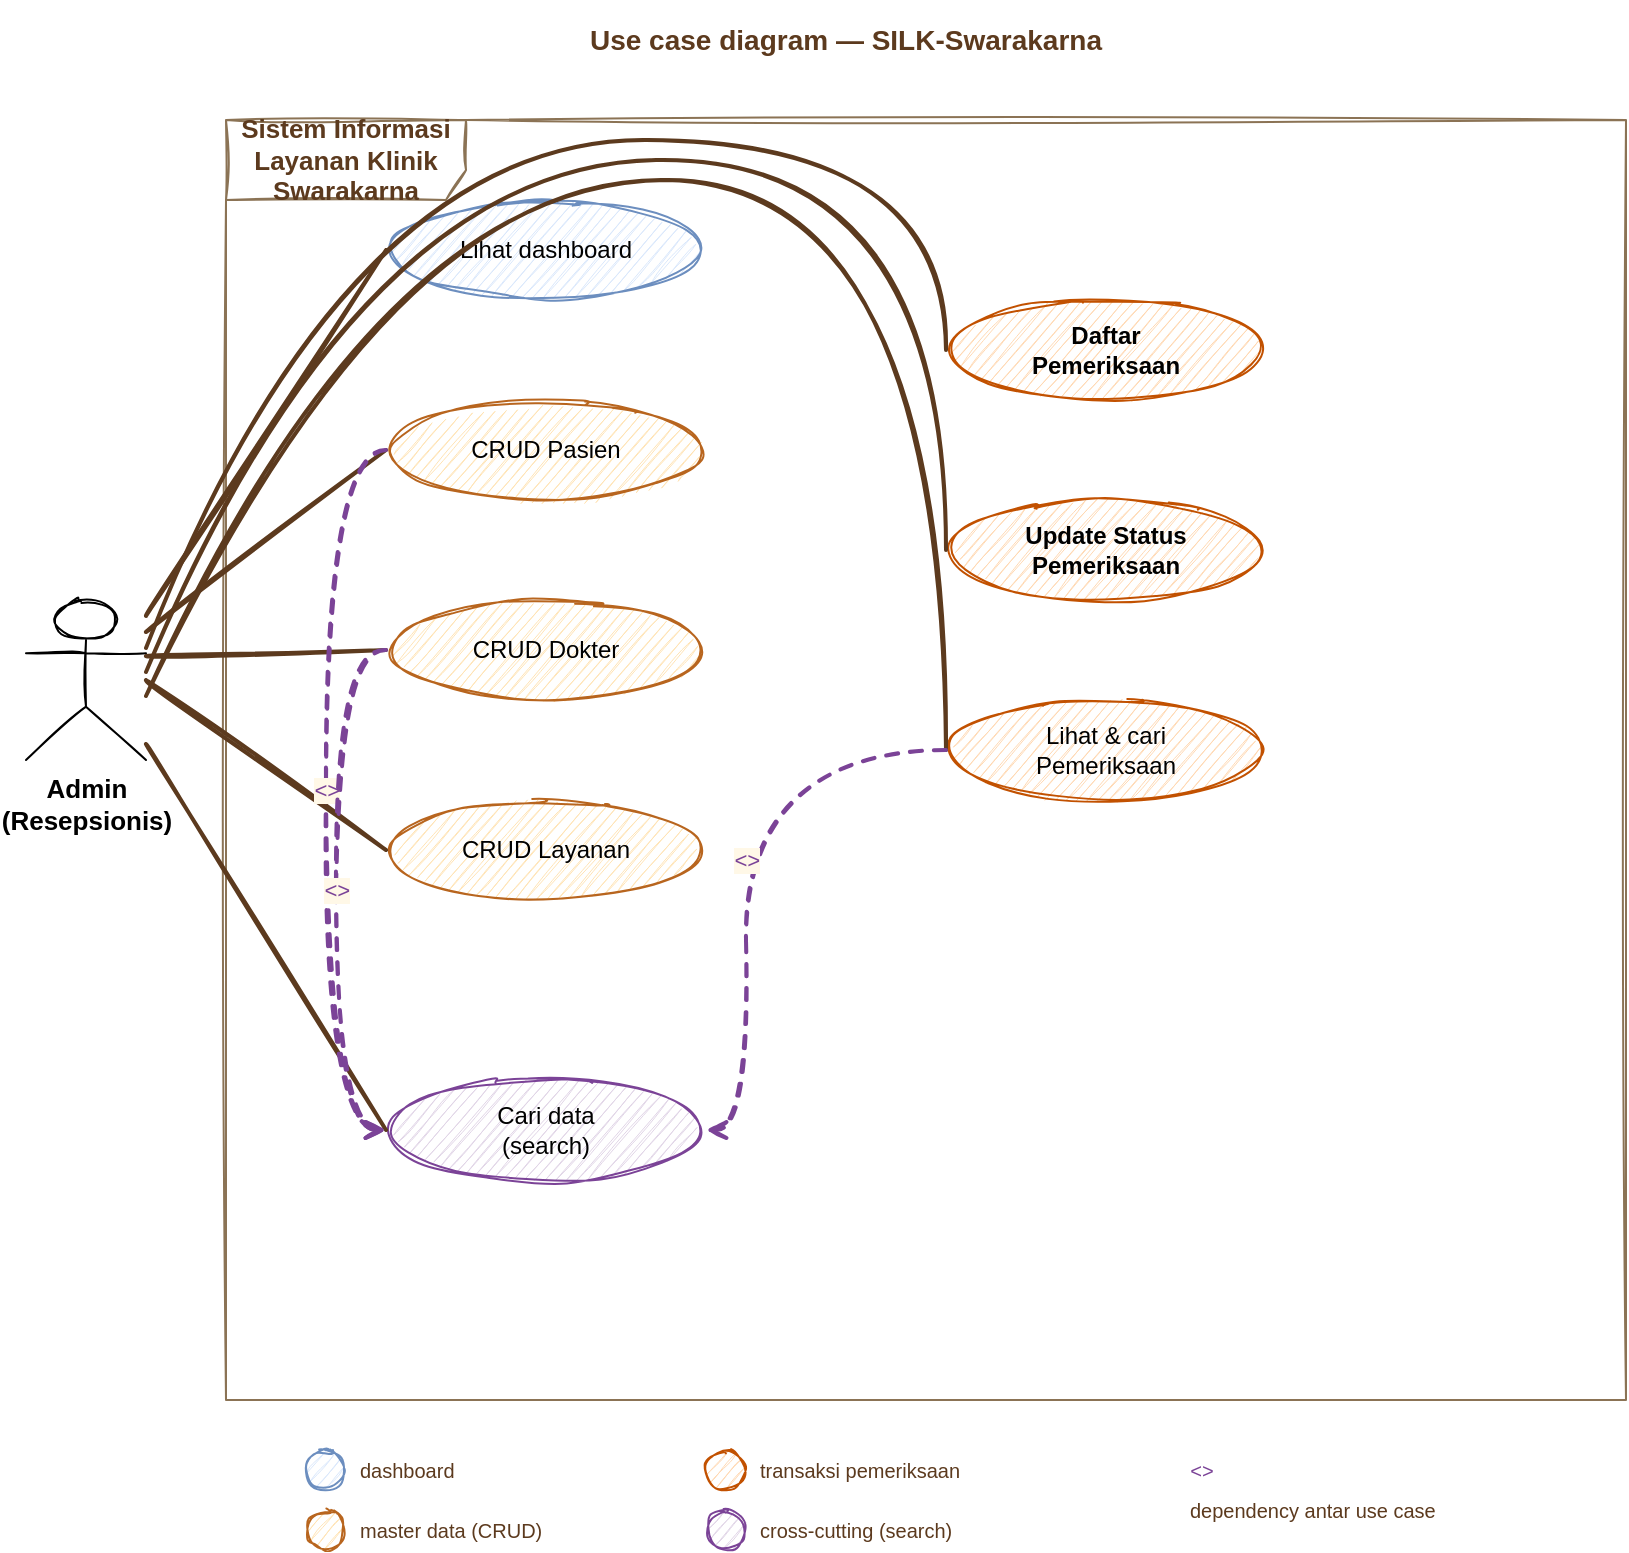
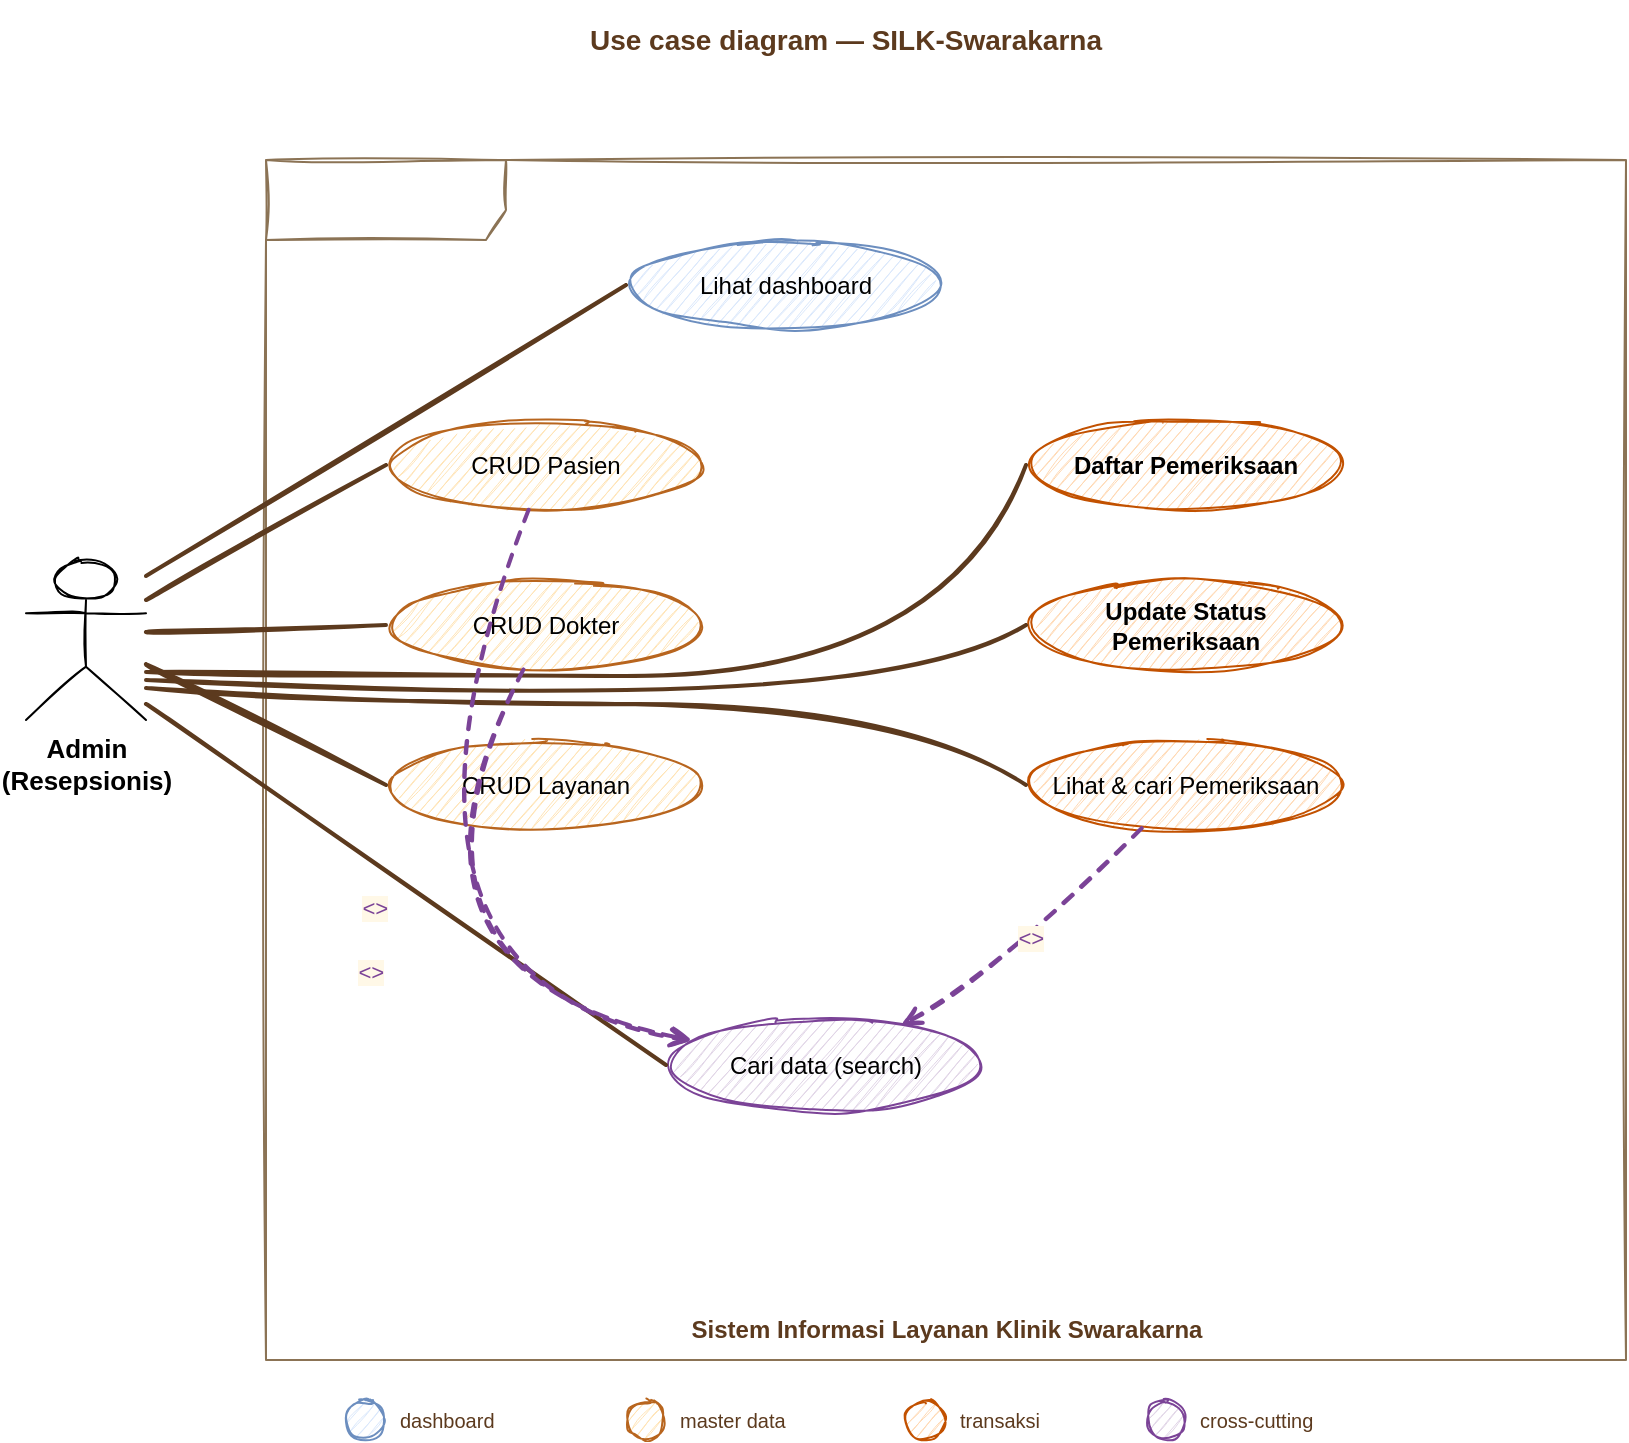
<?xml version="1.0" encoding="UTF-8"?>
<mxfile host="drawio" version="26.0.0">
  <diagram name="UML Use Case" id="uml-usecase-silk-swarakarna">
    <mxGraphModel dx="900" dy="800" grid="1" gridSize="10" guides="1" tooltips="1" connect="1" arrows="1" fold="1" page="1" pageScale="1" pageWidth="900" pageHeight="800" math="0" shadow="0">
      <root>
        <mxCell id="0" />
        <mxCell id="1" parent="0" />

        <mxCell id="title" value="Use case diagram — SILK-Swarakarna" style="text;html=1;align=center;verticalAlign=middle;whiteSpace=wrap;rounded=0;fontSize=14;fontStyle=1;fontColor=#5c3a1e;sketch=1;fontFamily=Helvetica;" vertex="1" parent="1">
          <mxGeometry x="60" y="20" width="780" height="40" as="geometry" />
        </mxCell>

-         <mxCell id="boundary" value="Sistem Informasi Layanan Klinik Swarakarna" style="shape=umlFrame;whiteSpace=wrap;html=1;fillColor=none;strokeColor=#8b7355;sketch=1;fontSize=13;fontStyle=1;fontColor=#5c3a1e;fontFamily=Helvetica;width=120;height=40;" vertex="1" parent="1">
-           <mxGeometry x="140" y="80" width="700" height="640" as="geometry" />
+         <mxCell id="boundary" value="" style="shape=umlFrame;whiteSpace=wrap;html=1;fillColor=none;strokeColor=#8b7355;sketch=1;width=120;height=40;" vertex="1" parent="1">
+           <mxGeometry x="160" y="100" width="680" height="600" as="geometry" />
+         </mxCell>
+         <mxCell id="boundary-label" value="Sistem Informasi Layanan Klinik Swarakarna" style="text;html=1;align=center;verticalAlign=middle;fontSize=12;fontStyle=1;fontColor=#5c3a1e;sketch=0;fontFamily=Helvetica;" vertex="1" parent="boundary">
+           <mxGeometry x="120" y="575" width="440" height="20" as="geometry" />
        </mxCell>

        <mxCell id="admin" value="Admin&#xa;(Resepsionis)" style="shape=umlActor;verticalLabelPosition=bottom;labelBackgroundColor=#ffffff;verticalAlign=top;html=1;outlineConnect=0;sketch=1;fontFamily=Helvetica;fontSize=13;fontStyle=1;" vertex="1" parent="1">
-           <mxGeometry x="40" y="320" width="60" height="80" as="geometry" />
+           <mxGeometry x="40" y="300" width="60" height="80" as="geometry" />
        </mxCell>

        <mxCell id="uc1" value="Lihat dashboard" style="ellipse;whiteSpace=wrap;html=1;fillColor=#dae8fc;strokeColor=#6c8ebf;sketch=1;fontFamily=Helvetica;fontSize=12;" vertex="1" parent="1">
-           <mxGeometry x="220" y="120" width="160" height="50" as="geometry" />
+           <mxGeometry x="340" y="140" width="160" height="45" as="geometry" />
        </mxCell>

        <mxCell id="uc2" value="CRUD Pasien" style="ellipse;whiteSpace=wrap;html=1;fillColor=#ffe4b5;strokeColor=#b8651e;sketch=1;fontFamily=Helvetica;fontSize=12;" vertex="1" parent="1">
-           <mxGeometry x="220" y="220" width="160" height="50" as="geometry" />
+           <mxGeometry x="220" y="230" width="160" height="45" as="geometry" />
        </mxCell>

        <mxCell id="uc3" value="CRUD Dokter" style="ellipse;whiteSpace=wrap;html=1;fillColor=#ffe4b5;strokeColor=#b8651e;sketch=1;fontFamily=Helvetica;fontSize=12;" vertex="1" parent="1">
-           <mxGeometry x="220" y="320" width="160" height="50" as="geometry" />
+           <mxGeometry x="220" y="310" width="160" height="45" as="geometry" />
        </mxCell>

        <mxCell id="uc4" value="CRUD Layanan" style="ellipse;whiteSpace=wrap;html=1;fillColor=#ffe4b5;strokeColor=#b8651e;sketch=1;fontFamily=Helvetica;fontSize=12;" vertex="1" parent="1">
-           <mxGeometry x="220" y="420" width="160" height="50" as="geometry" />
+           <mxGeometry x="220" y="390" width="160" height="45" as="geometry" />
        </mxCell>

-         <mxCell id="uc5" value="Daftar&#xa;Pemeriksaan" style="ellipse;whiteSpace=wrap;html=1;fillColor=#ffd9b3;strokeColor=#c25100;sketch=1;fontFamily=Helvetica;fontSize=12;fontStyle=1;" vertex="1" parent="1">
-           <mxGeometry x="500" y="170" width="160" height="50" as="geometry" />
+         <mxCell id="uc5" value="Daftar Pemeriksaan" style="ellipse;whiteSpace=wrap;html=1;fillColor=#ffd9b3;strokeColor=#c25100;sketch=1;fontFamily=Helvetica;fontSize=12;fontStyle=1;" vertex="1" parent="1">
+           <mxGeometry x="540" y="230" width="160" height="45" as="geometry" />
        </mxCell>

-         <mxCell id="uc6" value="Update Status&#xa;Pemeriksaan" style="ellipse;whiteSpace=wrap;html=1;fillColor=#ffd9b3;strokeColor=#c25100;sketch=1;fontFamily=Helvetica;fontSize=12;fontStyle=1;" vertex="1" parent="1">
-           <mxGeometry x="500" y="270" width="160" height="50" as="geometry" />
+         <mxCell id="uc6" value="Update Status Pemeriksaan" style="ellipse;whiteSpace=wrap;html=1;fillColor=#ffd9b3;strokeColor=#c25100;sketch=1;fontFamily=Helvetica;fontSize=12;fontStyle=1;" vertex="1" parent="1">
+           <mxGeometry x="540" y="310" width="160" height="45" as="geometry" />
        </mxCell>

-         <mxCell id="uc7" value="Lihat &amp; cari&#xa;Pemeriksaan" style="ellipse;whiteSpace=wrap;html=1;fillColor=#ffd9b3;strokeColor=#c25100;sketch=1;fontFamily=Helvetica;fontSize=12;" vertex="1" parent="1">
-           <mxGeometry x="500" y="370" width="160" height="50" as="geometry" />
+         <mxCell id="uc7" value="Lihat &amp; cari Pemeriksaan" style="ellipse;whiteSpace=wrap;html=1;fillColor=#ffd9b3;strokeColor=#c25100;sketch=1;fontFamily=Helvetica;fontSize:12;" vertex="1" parent="1">
+           <mxGeometry x="540" y="390" width="160" height="45" as="geometry" />
        </mxCell>

-         <mxCell id="uc8" value="Cari data&#xa;(search)" style="ellipse;whiteSpace=wrap;html=1;fillColor=#e1d5e7;strokeColor=#7b4397;sketch=1;fontFamily=Helvetica;fontSize=12;" vertex="1" parent="1">
-           <mxGeometry x="220" y="560" width="160" height="50" as="geometry" />
+         <mxCell id="uc8" value="Cari data (search)" style="ellipse;whiteSpace=wrap;html=1;fillColor=#e1d5e7;strokeColor=#7b4397;sketch=1;fontFamily=Helvetica;fontSize=12;" vertex="1" parent="1">
+           <mxGeometry x="360" y="530" width="160" height="45" as="geometry" />
        </mxCell>

        <mxCell id="a1" value="" style="endArrow=none;html=1;sketch=1;curved=1;strokeColor=#5c3a1e;strokeWidth=2;exitX=1;exitY=0.1;entryX=0;entryY=0.5;" edge="1" parent="1" source="admin" target="uc1">
          <mxGeometry relative="1" as="geometry" />
        </mxCell>
-         <mxCell id="a2" value="" style="endArrow=none;html=1;sketch=1;curved=1;strokeColor=#5c3a1e;strokeWidth=2;exitX=1;exitY=0.2;entryX=0;entryY=0.5;" edge="1" parent="1" source="admin" target="uc2">
+         <mxCell id="a2" value="" style="endArrow=none;html=1;sketch=1;curved=1;strokeColor=#5c3a1e;strokeWidth=2;exitX=1;exitY=0.25;entryX=0;entryY=0.5;" edge="1" parent="1" source="admin" target="uc2">
          <mxGeometry relative="1" as="geometry" />
        </mxCell>
-         <mxCell id="a3" value="" style="endArrow=none;html=1;sketch=1;curved=1;strokeColor=#5c3a1e;strokeWidth=2;exitX=1;exitY=0.35;entryX=0;entryY=0.5;" edge="1" parent="1" source="admin" target="uc3">
+         <mxCell id="a3" value="" style="endArrow=none;html=1;sketch=1;curved=1;strokeColor=#5c3a1e;strokeWidth=2;exitX=1;exitY=0.45;entryX=0;entryY=0.5;" edge="1" parent="1" source="admin" target="uc3">
          <mxGeometry relative="1" as="geometry" />
        </mxCell>
-         <mxCell id="a4" value="" style="endArrow=none;html=1;sketch=1;curved=1;strokeColor=#5c3a1e;strokeWidth=2;exitX=1;exitY=0.5;entryX=0;entryY=0.5;" edge="1" parent="1" source="admin" target="uc4">
+         <mxCell id="a4" value="" style="endArrow=none;html=1;sketch=1;curved=1;strokeColor=#5c3a1e;strokeWidth=2;exitX=1;exitY=0.65;entryX=0;entryY=0.5;" edge="1" parent="1" source="admin" target="uc4">
          <mxGeometry relative="1" as="geometry" />
        </mxCell>
-         <mxCell id="a5" value="" style="endArrow=none;html=1;sketch=1;curved=1;strokeColor=#5c3a1e;strokeWidth=2;exitX=1;exitY=0.3;entryX=0;entryY=0.5;" edge="1" parent="1" source="admin" target="uc5">
+         <mxCell id="a5" value="" style="endArrow=none;html=1;sketch=1;curved=1;strokeColor=#5c3a1e;strokeWidth=2;exitX=1;exitY=0.7;entryX=0;entryY=0.5;" edge="1" parent="1" source="admin" target="uc5">
          <mxGeometry relative="1" as="geometry">
            <Array as="points">
-               <mxPoint x="200" y="90" />
-               <mxPoint x="500" y="90" />
+               <mxPoint x="180" y="358" />
+               <mxPoint x="500" y="358" />
            </Array>
          </mxGeometry>
        </mxCell>
-         <mxCell id="a6" value="" style="endArrow=none;html=1;sketch=1;curved=1;strokeColor=#5c3a1e;strokeWidth=2;exitX=1;exitY=0.45;entryX=0;entryY=0.5;" edge="1" parent="1" source="admin" target="uc6">
+         <mxCell id="a6" value="" style="endArrow=none;html=1;sketch=1;curved=1;strokeColor=#5c3a1e;strokeWidth=2;exitX=1;exitY=0.75;entryX=0;entryY=0.5;" edge="1" parent="1" source="admin" target="uc6">
          <mxGeometry relative="1" as="geometry">
            <Array as="points">
-               <mxPoint x="210" y="100" />
-               <mxPoint x="500" y="100" />
+               <mxPoint x="190" y="365" />
+               <mxPoint x="490" y="365" />
            </Array>
          </mxGeometry>
        </mxCell>
-         <mxCell id="a7" value="" style="endArrow=none;html=1;sketch=1;curved=1;strokeColor=#5c3a1e;strokeWidth=2;exitX=1;exitY=0.6;entryX=0;entryY=0.5;" edge="1" parent="1" source="admin" target="uc7">
+         <mxCell id="a7" value="" style="endArrow=none;html=1;sketch=1;curved=1;strokeColor=#5c3a1e;strokeWidth=2;exitX=1;exitY=0.8;entryX=0;entryY=0.5;" edge="1" parent="1" source="admin" target="uc7">
          <mxGeometry relative="1" as="geometry">
            <Array as="points">
-               <mxPoint x="220" y="110" />
-               <mxPoint x="500" y="110" />
+               <mxPoint x="200" y="372" />
+               <mxPoint x="480" y="372" />
            </Array>
          </mxGeometry>
        </mxCell>
        <mxCell id="a8" value="" style="endArrow=none;html=1;sketch=1;curved=1;strokeColor=#5c3a1e;strokeWidth=2;exitX=1;exitY=0.9;entryX=0;entryY=0.5;" edge="1" parent="1" source="admin" target="uc8">
          <mxGeometry relative="1" as="geometry" />
        </mxCell>

        <mxCell id="inc1" value="&lt;&lt;include&gt;&gt;" style="endArrow=open;html=1;dashed=1;sketch=1;curved=1;strokeColor=#7b4397;strokeWidth=2;fontSize=11;fontStyle=2;fontColor=#7b4397;fontFamily=Helvetica;labelBackgroundColor=#fff8e7;" edge="1" parent="1" source="uc2" target="uc8">
          <mxGeometry relative="1" as="geometry">
            <Array as="points">
-               <mxPoint x="190" y="245" />
-               <mxPoint x="190" y="585" />
+               <mxPoint x="200" y="510" />
            </Array>
          </mxGeometry>
        </mxCell>
        <mxCell id="inc2" value="&lt;&lt;include&gt;&gt;" style="endArrow=open;html=1;dashed=1;sketch=1;curved=1;strokeColor=#7b4397;strokeWidth=2;fontSize=11;fontStyle=2;fontColor=#7b4397;fontFamily=Helvetica;labelBackgroundColor=#fff8e7;" edge="1" parent="1" source="uc3" target="uc8">
          <mxGeometry relative="1" as="geometry">
            <Array as="points">
-               <mxPoint x="195" y="345" />
-               <mxPoint x="195" y="585" />
+               <mxPoint x="210" y="510" />
            </Array>
          </mxGeometry>
        </mxCell>
        <mxCell id="inc3" value="&lt;&lt;include&gt;&gt;" style="endArrow=open;html=1;dashed=1;sketch=1;curved=1;strokeColor=#7b4397;strokeWidth=2;fontSize=11;fontStyle=2;fontColor=#7b4397;fontFamily=Helvetica;labelBackgroundColor=#fff8e7;" edge="1" parent="1" source="uc7" target="uc8">
          <mxGeometry relative="1" as="geometry">
            <Array as="points">
-               <mxPoint x="400" y="395" />
-               <mxPoint x="400" y="585" />
+               <mxPoint x="520" y="510" />
            </Array>
          </mxGeometry>
        </mxCell>

        <mxCell id="legend-1" value="" style="ellipse;whiteSpace=wrap;html=1;fillColor=#dae8fc;strokeColor=#6c8ebf;sketch=1;fontFamily=Helvetica;" vertex="1" parent="1">
-           <mxGeometry x="180" y="745" width="20" height="20" as="geometry" />
+           <mxGeometry x="200" y="720" width="20" height="20" as="geometry" />
        </mxCell>
        <mxCell id="legend-1-text" value="dashboard" style="text;html=1;align=left;verticalAlign=middle;fontSize=10;fontColor=#5c3a1e;fontFamily=Helvetica;" vertex="1" parent="1">
-           <mxGeometry x="205" y="745" width="120" height="20" as="geometry" />
+           <mxGeometry x="225" y="720" width="100" height="20" as="geometry" />
        </mxCell>
        <mxCell id="legend-2" value="" style="ellipse;whiteSpace=wrap;html=1;fillColor=#ffe4b5;strokeColor=#b8651e;sketch=1;fontFamily=Helvetica;" vertex="1" parent="1">
-           <mxGeometry x="180" y="775" width="20" height="20" as="geometry" />
+           <mxGeometry x="340" y="720" width="20" height="20" as="geometry" />
        </mxCell>
-         <mxCell id="legend-2-text" value="master data (CRUD)" style="text;html=1;align=left;verticalAlign=middle;fontSize=10;fontColor=#5c3a1e;fontFamily=Helvetica;" vertex="1" parent="1">
-           <mxGeometry x="205" y="775" width="160" height="20" as="geometry" />
+         <mxCell id="legend-2-text" value="master data" style="text;html=1;align=left;verticalAlign=middle;fontSize=10;fontColor=#5c3a1e;fontFamily=Helvetica;" vertex="1" parent="1">
+           <mxGeometry x="365" y="720" width="100" height="20" as="geometry" />
        </mxCell>
        <mxCell id="legend-3" value="" style="ellipse;whiteSpace=wrap;html=1;fillColor=#ffd9b3;strokeColor=#c25100;sketch=1;fontFamily=Helvetica;" vertex="1" parent="1">
-           <mxGeometry x="380" y="745" width="20" height="20" as="geometry" />
+           <mxGeometry x="480" y="720" width="20" height="20" as="geometry" />
        </mxCell>
-         <mxCell id="legend-3-text" value="transaksi pemeriksaan" style="text;html=1;align=left;verticalAlign=middle;fontSize=10;fontColor=#5c3a1e;fontFamily=Helvetica;" vertex="1" parent="1">
-           <mxGeometry x="405" y="745" width="180" height="20" as="geometry" />
+         <mxCell id="legend-3-text" value="transaksi" style="text;html=1;align=left;verticalAlign=middle;fontSize=10;fontColor=#5c3a1e;fontFamily=Helvetica;" vertex="1" parent="1">
+           <mxGeometry x="505" y="720" width="80" height="20" as="geometry" />
        </mxCell>
        <mxCell id="legend-4" value="" style="ellipse;whiteSpace=wrap;html=1;fillColor=#e1d5e7;strokeColor=#7b4397;sketch=1;fontFamily=Helvetica;" vertex="1" parent="1">
-           <mxGeometry x="380" y="775" width="20" height="20" as="geometry" />
+           <mxGeometry x="600" y="720" width="20" height="20" as="geometry" />
        </mxCell>
-         <mxCell id="legend-4-text" value="cross-cutting (search)" style="text;html=1;align=left;verticalAlign=middle;fontSize=10;fontColor=#5c3a1e;fontFamily=Helvetica;" vertex="1" parent="1">
-           <mxGeometry x="405" y="775" width="180" height="20" as="geometry" />
-         </mxCell>
-         <mxCell id="legend-5" value="&lt;&lt;include&gt;&gt;" style="text;html=1;align=left;verticalAlign=middle;fontSize=10;fontStyle=2;fontColor=#7b4397;fontFamily=Helvetica;" vertex="1" parent="1">
-           <mxGeometry x="620" y="745" width="120" height="20" as="geometry" />
-         </mxCell>
-         <mxCell id="legend-5-text" value="dependency antar use case" style="text;html=1;align=left;verticalAlign=middle;fontSize=10;fontColor=#5c3a1e;fontFamily=Helvetica;" vertex="1" parent="1">
-           <mxGeometry x="620" y="765" width="200" height="20" as="geometry" />
+         <mxCell id="legend-4-text" value="cross-cutting" style="text;html=1;align=left;verticalAlign=middle;fontSize=10;fontColor=#5c3a1e;fontFamily=Helvetica;" vertex="1" parent="1">
+           <mxGeometry x="625" y="720" width="100" height="20" as="geometry" />
        </mxCell>

      </root>
    </mxGraphModel>
  </diagram>
</mxfile>
